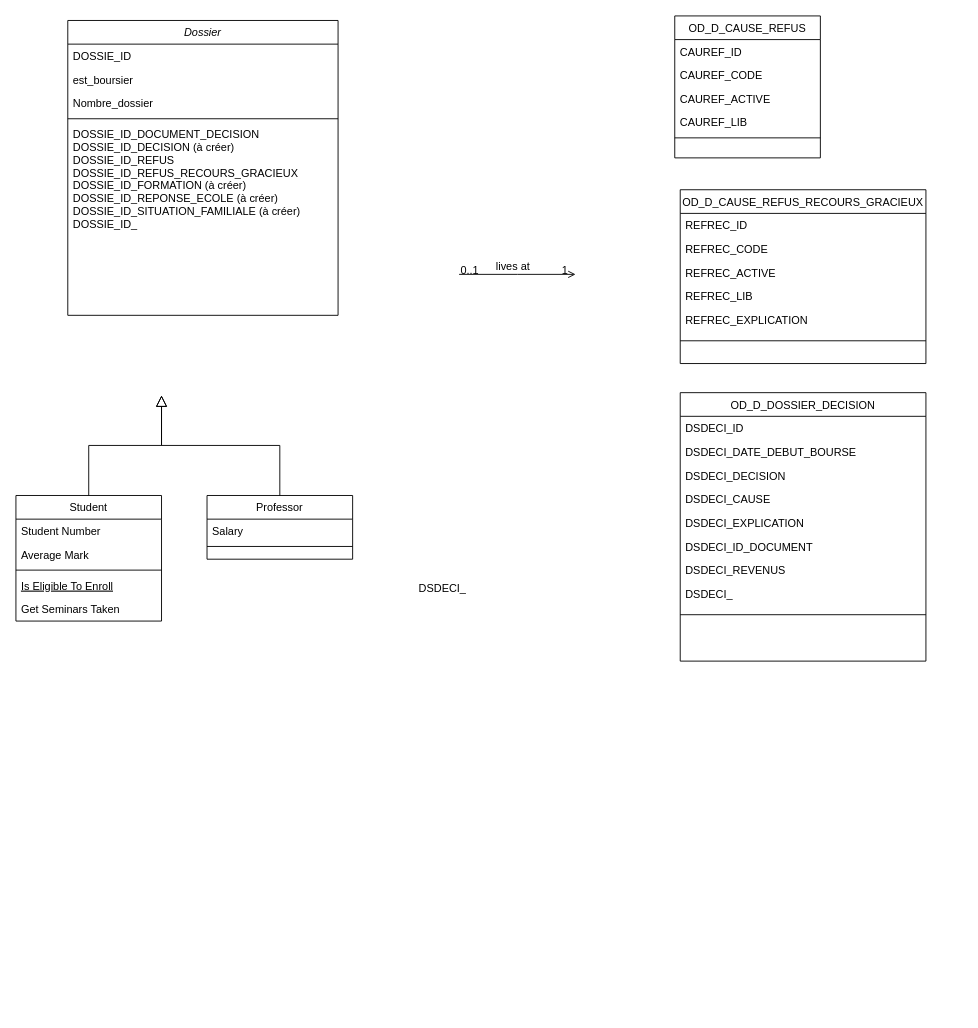
This is Diagramme sans nom.drawio from Jorissalmon/DU_Data_Management, a draw.io file, before an edit. Source tidied: cells renumbered, new cells numbered last; positions are measured from the earlier drawing's top-left corner, leaving out a move shared by most shapes. Both pictures are drawn from the tidied source at 91%, with x=0, y=0 at pixel (15, 15).
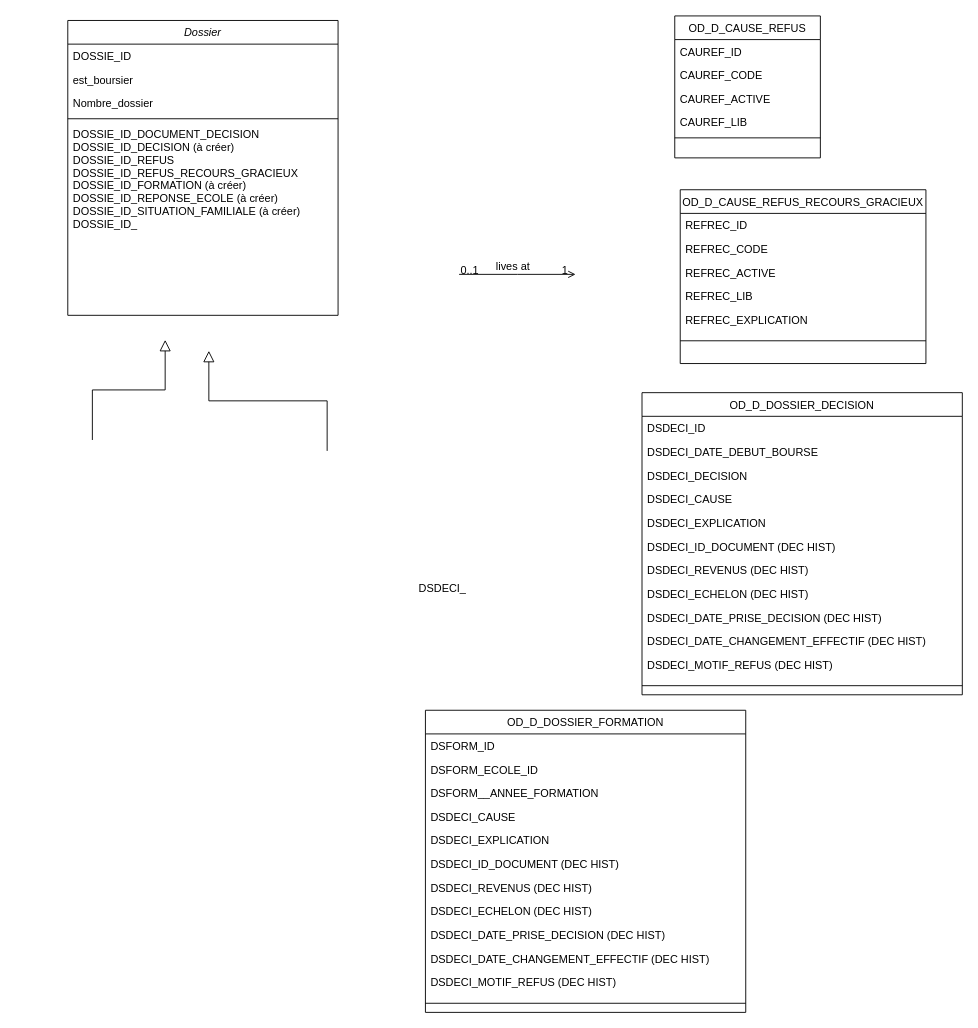
The same diagram, later.

Diff of the diagram source:
```diff
@@
-    <mxCell id="8" value="Student" style="swimlane;fontStyle=0;align=center;verticalAlign=top;horizontal=1;startSize=26;rounded=0;shadow=0;strokeWidth=1;" parent="1" vertex="1">
-      <mxGeometry y="527" width="160" height="138" as="geometry" />
-    </mxCell>
-    <mxCell id="9" value="Student Number" style="text;align=left;verticalAlign=top;spacingLeft=4;spacingRight=4;overflow=hidden;" parent="8" vertex="1">
-      <mxGeometry y="26" width="160" height="26" as="geometry" />
-    </mxCell>
-    <mxCell id="10" value="Average Mark" style="text;align=left;verticalAlign=top;spacingLeft=4;spacingRight=4;overflow=hidden;rounded=0;shadow=0;html=0;" parent="8" vertex="1">
-      <mxGeometry y="52" width="160" height="26" as="geometry" />
-    </mxCell>
-    <mxCell id="11" style="line;html=1;strokeWidth=1;align=left;verticalAlign=middle;spacingTop=-1;spacingLeft=3;spacingRight=3;labelPosition=right;" parent="8" vertex="1">
-      <mxGeometry y="78" width="160" height="8" as="geometry" />
-    </mxCell>
-    <mxCell id="12" value="Is Eligible To Enroll" style="text;align=left;verticalAlign=top;spacingLeft=4;spacingRight=4;overflow=hidden;fontStyle=4;" parent="8" vertex="1">
-      <mxGeometry y="86" width="160" height="26" as="geometry" />
-    </mxCell>
-    <mxCell id="13" value="Get Seminars Taken" style="text;align=left;verticalAlign=top;spacingLeft=4;spacingRight=4;overflow=hidden;" parent="8" vertex="1">
-      <mxGeometry y="112" width="160" height="26" as="geometry" />
-    </mxCell>
-    <mxCell id="14" style="endArrow=block;endSize=10;endFill=0;shadow=0;strokeWidth=1;rounded=0;curved=0;edgeStyle=elbowEdgeStyle;elbow=vertical;" parent="1" edge="1" source="8">
+    <mxCell id="14" style="endArrow=block;endSize=10;endFill=0;shadow=0;strokeWidth=1;rounded=0;curved=0;edgeStyle=elbowEdgeStyle;elbow=vertical;" parent="1" edge="1">
       <mxGeometry relative="1" as="geometry">
-        <mxPoint x="160" y="417" as="targetPoint" />
+        <mxPoint x="84" y="466" as="sourcePoint" />
+        <mxPoint x="164" y="356" as="targetPoint" />
       </mxGeometry>
     </mxCell>
-    <mxCell id="15" value="Professor" style="swimlane;fontStyle=0;align=center;verticalAlign=top;horizontal=1;startSize=26;rounded=0;shadow=0;strokeWidth=1;" parent="1" vertex="1">
-      <mxGeometry x="210" y="527" width="160" height="70" as="geometry" />
-    </mxCell>
-    <mxCell id="16" value="Salary" style="text;align=left;verticalAlign=top;spacingLeft=4;spacingRight=4;overflow=hidden;" parent="15" vertex="1">
-      <mxGeometry y="26" width="160" height="26" as="geometry" />
-    </mxCell>
-    <mxCell id="17" style="line;html=1;strokeWidth=1;align=left;verticalAlign=middle;spacingTop=-1;spacingLeft=3;spacingRight=3;labelPosition=right;" parent="15" vertex="1">
-      <mxGeometry y="52" width="160" height="8" as="geometry" />
-    </mxCell>
-    <mxCell id="18" style="endArrow=block;endSize=10;endFill=0;shadow=0;strokeWidth=1;rounded=0;curved=0;edgeStyle=elbowEdgeStyle;elbow=vertical;" parent="1" edge="1" source="15">
+    <mxCell id="18" style="endArrow=block;endSize=10;endFill=0;shadow=0;strokeWidth=1;rounded=0;curved=0;edgeStyle=elbowEdgeStyle;elbow=vertical;" parent="1" edge="1">
       <mxGeometry relative="1" as="geometry">
-        <mxPoint x="160" y="417" as="targetPoint" />
+        <mxPoint x="342" y="478" as="sourcePoint" />
+        <mxPoint x="212" y="368" as="targetPoint" />
       </mxGeometry>
     </mxCell>
@@
     <mxCell id="36" value="OD_D_DOSSIER_DECISION" style="swimlane;fontStyle=0;align=center;verticalAlign=top;horizontal=1;startSize=26;rounded=0;shadow=0;strokeWidth=1;" parent="1" vertex="1">
-      <mxGeometry x="730" y="414" width="270" height="295" as="geometry" />
+      <mxGeometry x="688" y="414" width="352" height="332" as="geometry" />
     </mxCell>
     <mxCell id="37" value="DSDECI_ID" style="text;align=left;verticalAlign=top;spacingLeft=4;spacingRight=4;overflow=hidden;rounded=0;shadow=0;html=0;" parent="36" vertex="1">
-      <mxGeometry y="26" width="270" height="26" as="geometry" />
+      <mxGeometry y="26" width="352" height="26" as="geometry" />
     </mxCell>
     <mxCell id="38" value="DSDECI_DATE_DEBUT_BOURSE" style="text;align=left;verticalAlign=top;spacingLeft=4;spacingRight=4;overflow=hidden;rounded=0;shadow=0;html=0;" parent="36" vertex="1">
-      <mxGeometry y="52" width="270" height="26" as="geometry" />
+      <mxGeometry y="52" width="352" height="26" as="geometry" />
     </mxCell>
     <mxCell id="39" value="DSDECI_DECISION" style="text;align=left;verticalAlign=top;spacingLeft=4;spacingRight=4;overflow=hidden;rounded=0;shadow=0;html=0;" parent="36" vertex="1">
-      <mxGeometry y="78" width="270" height="26" as="geometry" />
+      <mxGeometry y="78" width="352" height="26" as="geometry" />
     </mxCell>
     <mxCell id="40" value="DSDECI_CAUSE" style="text;align=left;verticalAlign=top;spacingLeft=4;spacingRight=4;overflow=hidden;" parent="36" vertex="1">
-      <mxGeometry y="104" width="270" height="26" as="geometry" />
+      <mxGeometry y="104" width="352" height="26" as="geometry" />
     </mxCell>
     <mxCell id="41" value="DSDECI_EXPLICATION" style="text;align=left;verticalAlign=top;spacingLeft=4;spacingRight=4;overflow=hidden;rounded=0;shadow=0;html=0;" parent="36" vertex="1">
-      <mxGeometry y="130" width="270" height="26" as="geometry" />
+      <mxGeometry y="130" width="352" height="26" as="geometry" />
     </mxCell>
-    <mxCell id="42" value="DSDECI_ID_DOCUMENT" style="text;align=left;verticalAlign=top;spacingLeft=4;spacingRight=4;overflow=hidden;rounded=0;shadow=0;html=0;" parent="36" vertex="1">
-      <mxGeometry y="156" width="270" height="26" as="geometry" />
+    <mxCell id="42" value="DSDECI_ID_DOCUMENT (DEC HIST)" style="text;align=left;verticalAlign=top;spacingLeft=4;spacingRight=4;overflow=hidden;rounded=0;shadow=0;html=0;" parent="36" vertex="1">
+      <mxGeometry y="156" width="352" height="26" as="geometry" />
     </mxCell>
-    <mxCell id="43" value="DSDECI_REVENUS" style="text;align=left;verticalAlign=top;spacingLeft=4;spacingRight=4;overflow=hidden;rounded=0;shadow=0;html=0;" parent="36" vertex="1">
-      <mxGeometry y="182" width="270" height="26" as="geometry" />
+    <mxCell id="43" value="DSDECI_REVENUS (DEC HIST)" style="text;align=left;verticalAlign=top;spacingLeft=4;spacingRight=4;overflow=hidden;rounded=0;shadow=0;html=0;" parent="36" vertex="1">
+      <mxGeometry y="182" width="352" height="26" as="geometry" />
     </mxCell>
-    <mxCell id="44" value="DSDECI_" style="text;align=left;verticalAlign=top;spacingLeft=4;spacingRight=4;overflow=hidden;rounded=0;shadow=0;html=0;" parent="36" vertex="1">
-      <mxGeometry y="208" width="270" height="26" as="geometry" />
+    <mxCell id="44" value="DSDECI_ECHELON (DEC HIST)" style="text;align=left;verticalAlign=top;spacingLeft=4;spacingRight=4;overflow=hidden;rounded=0;shadow=0;html=0;" parent="36" vertex="1">
+      <mxGeometry y="208" width="352" height="26" as="geometry" />
     </mxCell>
+    <mxCell id="47" value="DSDECI_DATE_PRISE_DECISION (DEC HIST)" style="text;align=left;verticalAlign=top;spacingLeft=4;spacingRight=4;overflow=hidden;rounded=0;shadow=0;html=0;" parent="36" vertex="1">
+      <mxGeometry y="234" width="352" height="26" as="geometry" />
+    </mxCell>
+    <mxCell id="48" value="DSDECI_DATE_CHANGEMENT_EFFECTIF (DEC HIST)" style="text;align=left;verticalAlign=top;spacingLeft=4;spacingRight=4;overflow=hidden;rounded=0;shadow=0;html=0;" parent="36" vertex="1">
+      <mxGeometry y="260" width="352" height="26" as="geometry" />
+    </mxCell>
+    <mxCell id="49" value="DSDECI_MOTIF_REFUS (DEC HIST)" style="text;align=left;verticalAlign=top;spacingLeft=4;spacingRight=4;overflow=hidden;rounded=0;shadow=0;html=0;" parent="36" vertex="1">
+      <mxGeometry y="286" width="352" height="26" as="geometry" />
+    </mxCell>
     <mxCell id="45" style="line;html=1;strokeWidth=1;align=left;verticalAlign=middle;spacingTop=-1;spacingLeft=3;spacingRight=3;labelPosition=right;" parent="36" vertex="1">
-      <mxGeometry y="234" width="270" height="20" as="geometry" />
+      <mxGeometry y="312" width="352" height="20" as="geometry" />
     </mxCell>
@@
+    <mxCell id="50" value="OD_D_DOSSIER_FORMATION" style="swimlane;fontStyle=0;align=center;verticalAlign=top;horizontal=1;startSize=26;rounded=0;shadow=0;strokeWidth=1;" parent="1" vertex="1">
+      <mxGeometry x="450" y="763" width="352" height="332" as="geometry" />
+    </mxCell>
+    <mxCell id="51" value="DSFORM_ID" style="text;align=left;verticalAlign=top;spacingLeft=4;spacingRight=4;overflow=hidden;rounded=0;shadow=0;html=0;" parent="50" vertex="1">
+      <mxGeometry y="26" width="352" height="26" as="geometry" />
+    </mxCell>
+    <mxCell id="52" value="DSFORM_ECOLE_ID" style="text;align=left;verticalAlign=top;spacingLeft=4;spacingRight=4;overflow=hidden;rounded=0;shadow=0;html=0;" parent="50" vertex="1">
+      <mxGeometry y="52" width="352" height="26" as="geometry" />
+    </mxCell>
+    <mxCell id="53" value="DSFORM__ANNEE_FORMATION" style="text;align=left;verticalAlign=top;spacingLeft=4;spacingRight=4;overflow=hidden;rounded=0;shadow=0;html=0;" parent="50" vertex="1">
+      <mxGeometry y="78" width="352" height="26" as="geometry" />
+    </mxCell>
+    <mxCell id="54" value="DSDECI_CAUSE" style="text;align=left;verticalAlign=top;spacingLeft=4;spacingRight=4;overflow=hidden;" parent="50" vertex="1">
+      <mxGeometry y="104" width="352" height="26" as="geometry" />
+    </mxCell>
+    <mxCell id="55" value="DSDECI_EXPLICATION" style="text;align=left;verticalAlign=top;spacingLeft=4;spacingRight=4;overflow=hidden;rounded=0;shadow=0;html=0;" parent="50" vertex="1">
+      <mxGeometry y="130" width="352" height="26" as="geometry" />
+    </mxCell>
+    <mxCell id="56" value="DSDECI_ID_DOCUMENT (DEC HIST)" style="text;align=left;verticalAlign=top;spacingLeft=4;spacingRight=4;overflow=hidden;rounded=0;shadow=0;html=0;" parent="50" vertex="1">
+      <mxGeometry y="156" width="352" height="26" as="geometry" />
+    </mxCell>
+    <mxCell id="57" value="DSDECI_REVENUS (DEC HIST)" style="text;align=left;verticalAlign=top;spacingLeft=4;spacingRight=4;overflow=hidden;rounded=0;shadow=0;html=0;" parent="50" vertex="1">
+      <mxGeometry y="182" width="352" height="26" as="geometry" />
+    </mxCell>
+    <mxCell id="58" value="DSDECI_ECHELON (DEC HIST)" style="text;align=left;verticalAlign=top;spacingLeft=4;spacingRight=4;overflow=hidden;rounded=0;shadow=0;html=0;" parent="50" vertex="1">
+      <mxGeometry y="208" width="352" height="26" as="geometry" />
+    </mxCell>
+    <mxCell id="59" value="DSDECI_DATE_PRISE_DECISION (DEC HIST)" style="text;align=left;verticalAlign=top;spacingLeft=4;spacingRight=4;overflow=hidden;rounded=0;shadow=0;html=0;" parent="50" vertex="1">
+      <mxGeometry y="234" width="352" height="26" as="geometry" />
+    </mxCell>
+    <mxCell id="60" value="DSDECI_DATE_CHANGEMENT_EFFECTIF (DEC HIST)" style="text;align=left;verticalAlign=top;spacingLeft=4;spacingRight=4;overflow=hidden;rounded=0;shadow=0;html=0;" parent="50" vertex="1">
+      <mxGeometry y="260" width="352" height="26" as="geometry" />
+    </mxCell>
+    <mxCell id="61" value="DSDECI_MOTIF_REFUS (DEC HIST)" style="text;align=left;verticalAlign=top;spacingLeft=4;spacingRight=4;overflow=hidden;rounded=0;shadow=0;html=0;" parent="50" vertex="1">
+      <mxGeometry y="286" width="352" height="26" as="geometry" />
+    </mxCell>
+    <mxCell id="62" style="line;html=1;strokeWidth=1;align=left;verticalAlign=middle;spacingTop=-1;spacingLeft=3;spacingRight=3;labelPosition=right;" parent="50" vertex="1">
+      <mxGeometry y="312" width="352" height="20" as="geometry" />
+    </mxCell>
```
